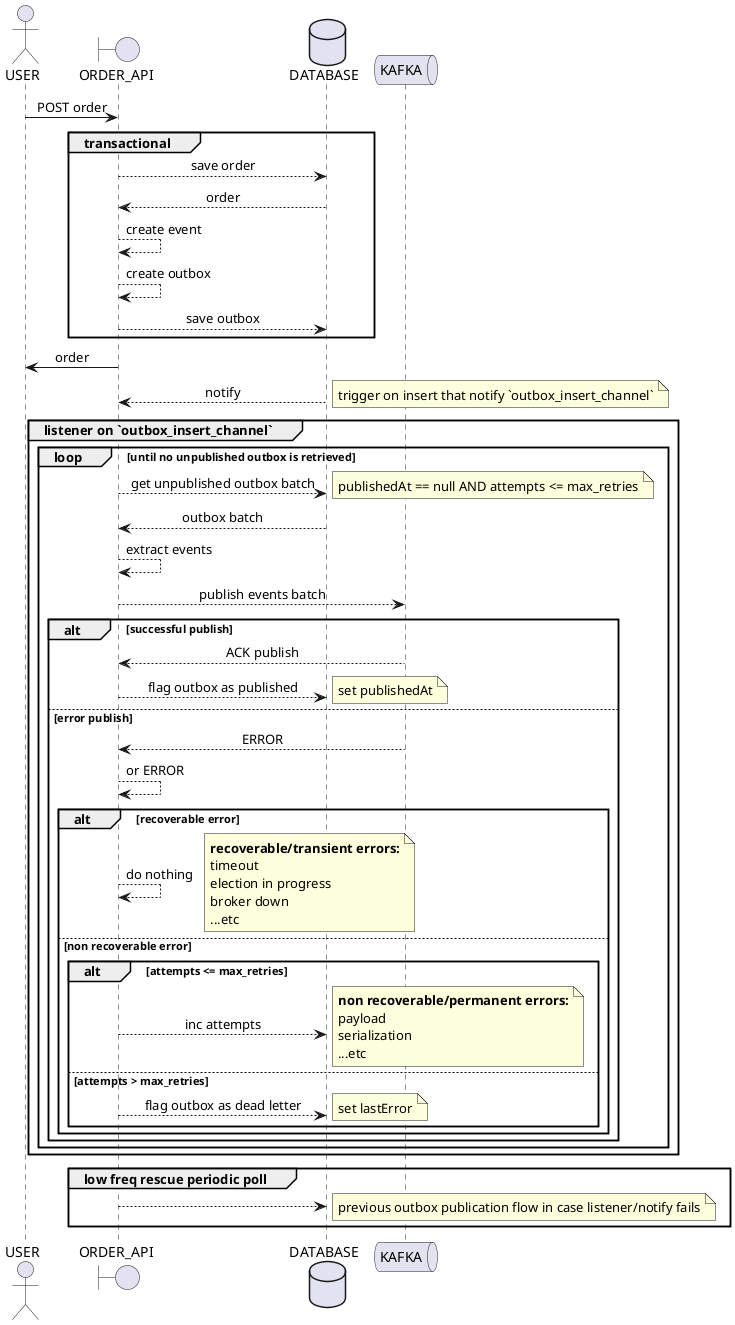
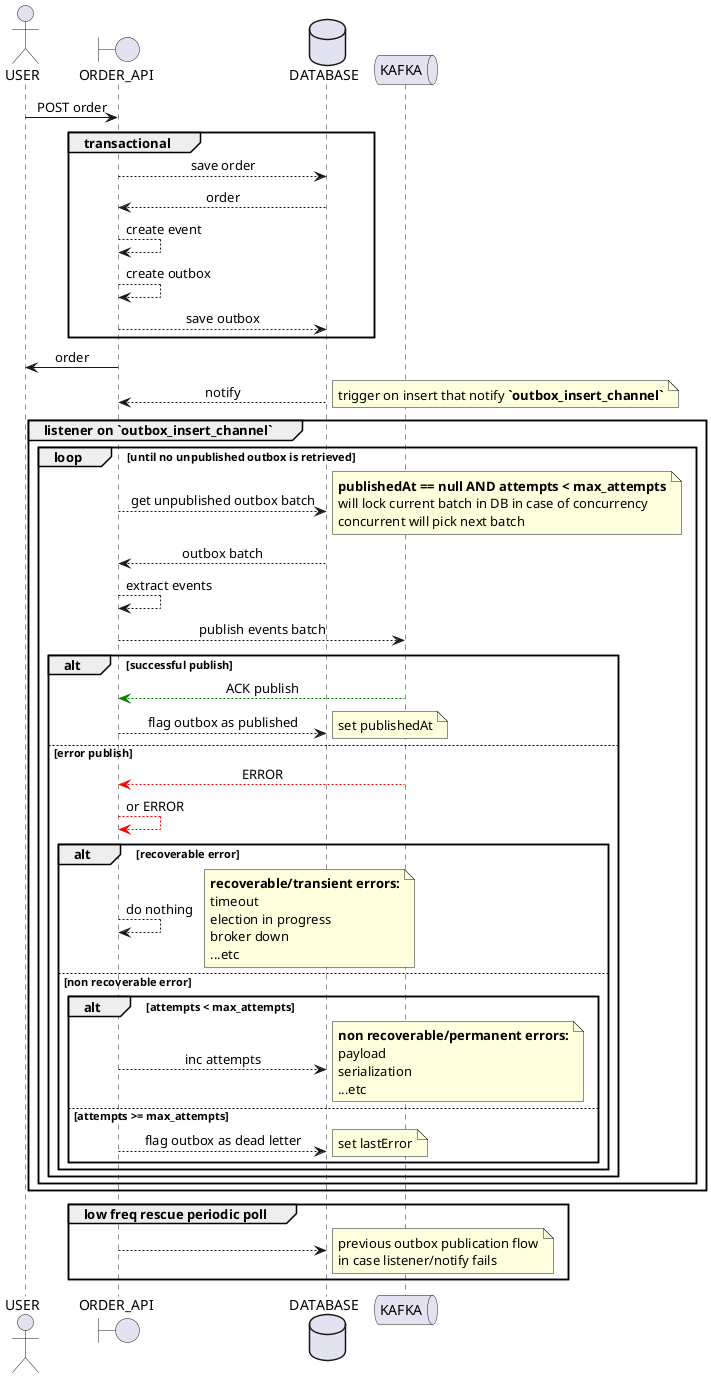
@startuml
skinparam sequenceMessageAlign center

actor USER as U
boundary ORDER_API as API
database DATABASE as DB
queue KAFKA

U -> API : POST order
group transactional
    API --> DB : save order
    DB --> API : order
    API --> API : create event
    API --> API : create outbox
    API --> DB : save outbox
end
API -> U : order

DB --> API: notify
- note right: trigger on insert that notify `outbox_insert_channel`
+ note right: trigger on insert that notify **`outbox_insert_channel`**

group listener on `outbox_insert_channel`
    loop until no unpublished outbox is retrieved
        API --> DB : get unpublished outbox batch
-         note right: publishedAt == null AND attempts <= max_retries
+         note right: **publishedAt == null AND attempts < max_attempts**\nwill lock current batch in DB in case of concurrency\nconcurrent will pick next batch
        DB --> API : outbox batch
        API --> API : extract events
        API --> KAFKA : publish events batch
        alt successful publish
-             KAFKA --> API : ACK publish
+             KAFKA -[#green]-> API : ACK publish
            API --> DB : flag outbox as published
            note right: set publishedAt
        else error publish
-             KAFKA --> API : ERROR
-             API --> API : or ERROR
+             KAFKA -[#red]-> API : ERROR
+             API -[#red]-> API : or ERROR
            alt recoverable error
                API --> API : do nothing
                note right
                    **recoverable/transient errors:**
                    timeout
                    election in progress
                    broker down
                    ...etc
                end note
            else non recoverable error
-                 alt attempts <= max_retries
+                 alt attempts < max_attempts
                    API --> DB : inc attempts
                    note right
                        **non recoverable/permanent errors:**
                        payload
                        serialization
                        ...etc
                    end note
-                 else attempts > max_retries
+                 else attempts >= max_attempts
                    API --> DB : flag outbox as dead letter
                    note right: set lastError
                end
            end
        end
    end
end

group low freq rescue periodic poll
      API --> DB
-       note right: previous outbox publication flow in case listener/notify fails
+       note right: previous outbox publication flow\nin case listener/notify fails
end
@enduml
